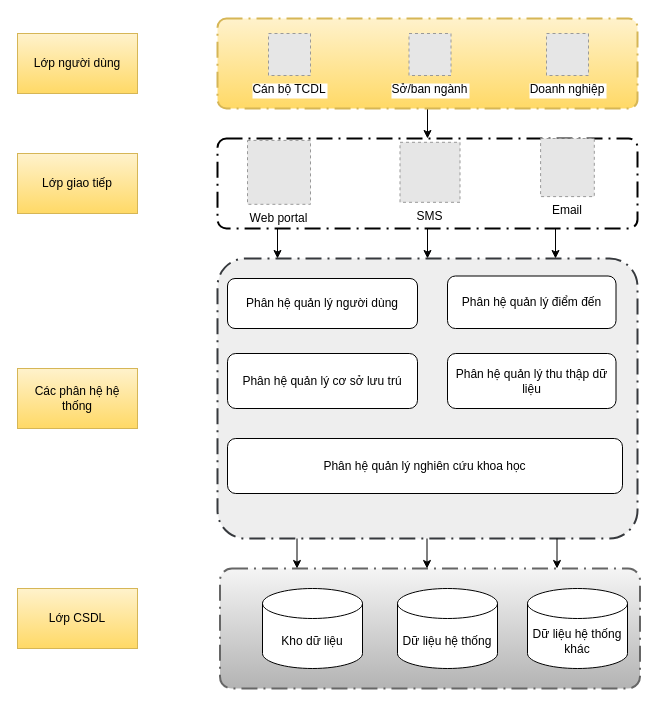
Earlier version of the draw.io diagram page "DU_LIEU_CHUYEN_NGANH" (3 of 4) of so-do-draw/TCDL_VDI.drawio (letheanh12345/Draw-io). Source tidied: cells renumbered, new cells numbered last; positions are measured from the earlier drawing's top-left corner, leaving out a move shared by most shapes. Both pictures are drawn from the tidied source at 100%, with x=0, y=0 at pixel (17, 18). Pictures stored in the file or linked from it are replaced by grey dashed boxes.
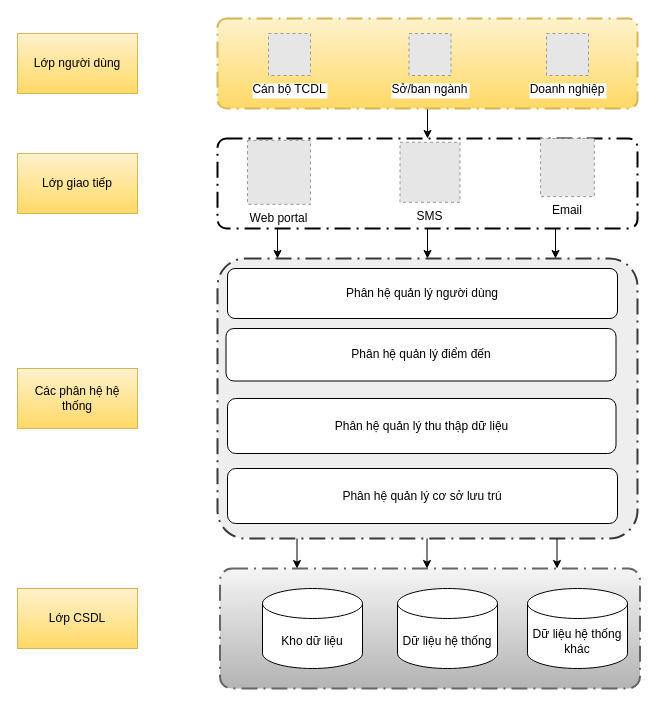
The same page after the edit.

Diff of the diagram source:
```diff
@@
     <mxCell id="11" value="Phân hệ quản lý người dùng" style="rounded=1;whiteSpace=wrap;html=1;" parent="1" vertex="1">
-      <mxGeometry x="210" y="260" width="190" height="50" as="geometry" />
+      <mxGeometry x="210" y="250" width="390" height="50" as="geometry" />
     </mxCell>
     <mxCell id="12" value="Phân hệ quản lý điểm đến" style="rounded=1;whiteSpace=wrap;html=1;" parent="1" vertex="1">
-      <mxGeometry x="430" y="257.5" width="168.5" height="52.5" as="geometry" />
+      <mxGeometry x="208.5" y="310" width="390" height="52.5" as="geometry" />
     </mxCell>
     <mxCell id="13" value="Phân hệ quản lý cơ sở lưu trú" style="rounded=1;whiteSpace=wrap;html=1;" parent="1" vertex="1">
-      <mxGeometry x="210" y="335" width="190" height="55" as="geometry" />
+      <mxGeometry x="210" y="450" width="390" height="55" as="geometry" />
     </mxCell>
     <mxCell id="14" value="Phân hệ quản lý thu thập dữ liệu" style="rounded=1;whiteSpace=wrap;html=1;" parent="1" vertex="1">
-      <mxGeometry x="430" y="335" width="168.5" height="55" as="geometry" />
+      <mxGeometry x="210" y="380" width="388.5" height="55" as="geometry" />
     </mxCell>
-    <mxCell id="15" value="Phân hệ quản lý nghiên cứu khoa học" style="rounded=1;whiteSpace=wrap;html=1;" parent="1" vertex="1">
-      <mxGeometry x="210" y="420" width="395" height="55" as="geometry" />
-    </mxCell>
```
